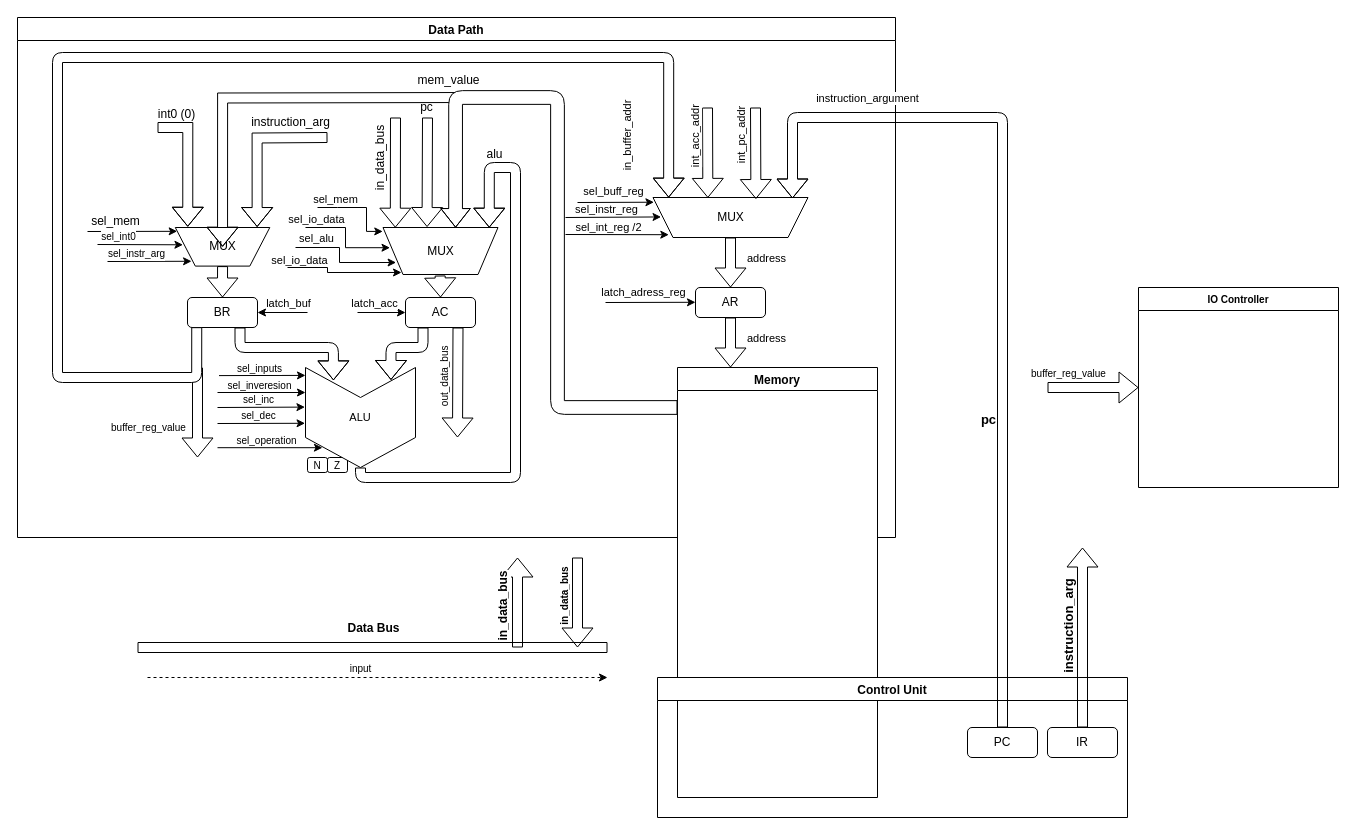
Before: images/DataPath.drawio in artemiyjjj/ASM_translator_and_VM, a draw.io diagram. Source tidied: cells renumbered, new cells numbered last; positions are measured from the earlier drawing's top-left corner, leaving out a move shared by most shapes. Both pictures are drawn from the tidied source at 100%, with x=0, y=0 at pixel (17, 17).
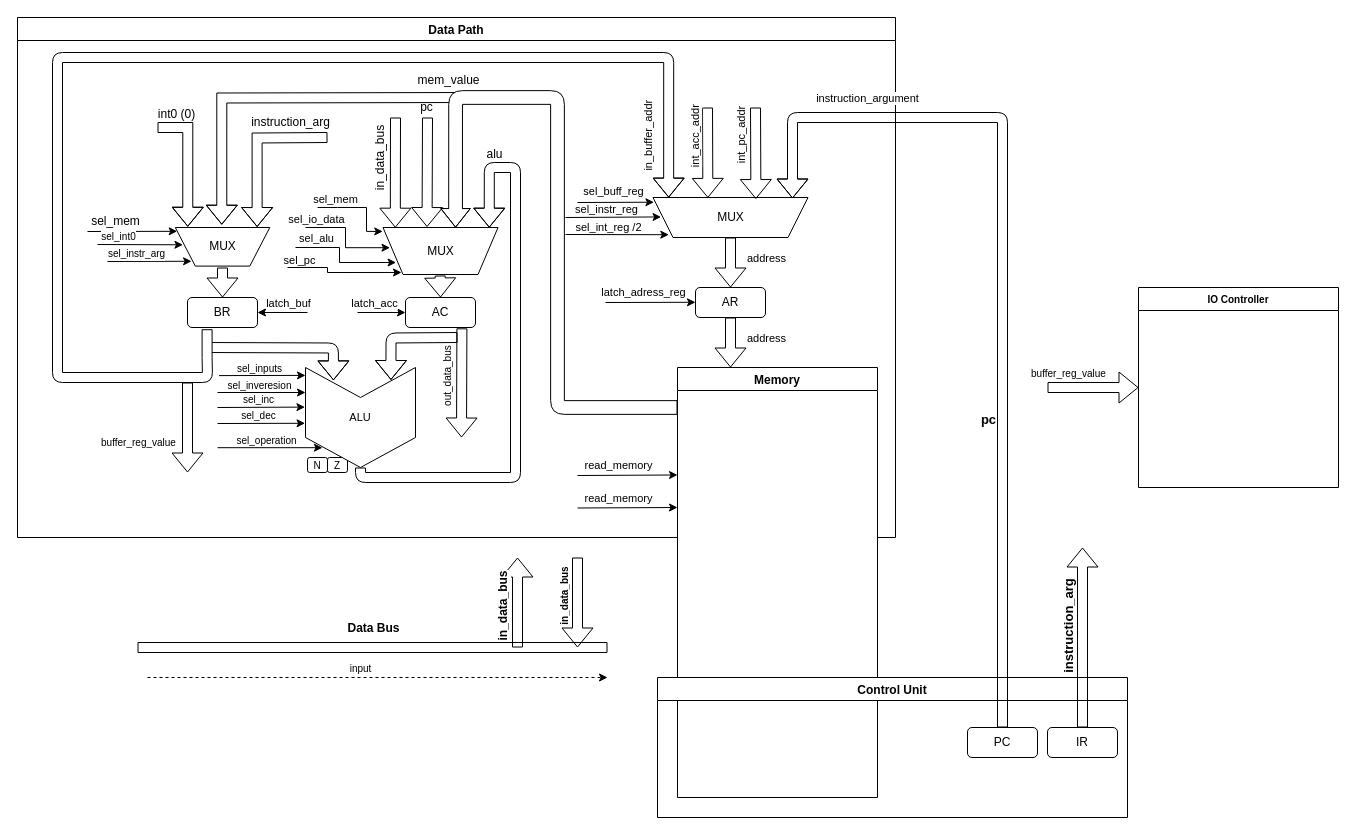
Above is the later version.

Unchanged cells that the change refers to:
```xml
<mxCell id="2" value="Data Path" style="swimlane;" parent="1" vertex="1">
  <mxGeometry width="878" height="520" as="geometry" />
</mxCell>
<mxCell id="3" value="Memory" style="swimlane;fillColor=default;glass=0;swimlaneLine=1;swimlaneFillColor=default;" parent="2" vertex="1">
  <mxGeometry x="660" y="350" width="200" height="430" as="geometry" />
</mxCell>
<mxCell id="29" value="BR" style="rounded=1;whiteSpace=wrap;html=1;" parent="1" vertex="1">
  <mxGeometry x="170" y="280" width="70" height="30" as="geometry" />
</mxCell>
<mxCell id="30" value="AC" style="rounded=1;whiteSpace=wrap;html=1;" parent="1" vertex="1">
  <mxGeometry x="388" y="280" width="70" height="30" as="geometry" />
</mxCell>
<mxCell id="32" value="MUX" style="shape=trapezoid;perimeter=trapezoidPerimeter;whiteSpace=wrap;html=1;fixedSize=1;direction=west;" parent="1" vertex="1">
  <mxGeometry x="635.5" y="180" width="155" height="40" as="geometry" />
</mxCell>
<mxCell id="42" value="ALU" style="shape=step;perimeter=stepPerimeter;whiteSpace=wrap;html=1;fixedSize=1;fontSize=11;direction=south;size=30;" parent="1" vertex="1">
  <mxGeometry x="288" y="350" width="110" height="100" as="geometry" />
</mxCell>
<mxCell id="57" style="endArrow=classic;html=1;fontSize=13;entryX=0.839;entryY=0.043;entryDx=0;entryDy=0;entryPerimeter=0;edgeStyle=orthogonalEdgeStyle;rounded=0;" parent="1" edge="1" target="47">
  <mxGeometry relative="1" as="geometry">
    <mxPoint x="270" y="250" as="sourcePoint" />
    <Array as="points">
      <mxPoint x="270" y="250" />
      <mxPoint x="310" y="250" />
      <mxPoint x="310" y="255" />
    </Array>
  </mxGeometry>
</mxCell>
<mxCell id="59" value="MUX" style="shape=trapezoid;perimeter=trapezoidPerimeter;whiteSpace=wrap;html=1;fixedSize=1;direction=west;" parent="1" vertex="1">
  <mxGeometry x="157.8" y="210" width="94.5" height="38.6" as="geometry" />
</mxCell>
```

The edit, as a diff of the source:
```diff
@@
     <mxCell id="14" style="shape=flexArrow;endArrow=classic;html=1;rounded=0;shadow=0;fontSize=10;fillColor=none;" parent="2" edge="1">
       <mxGeometry relative="1" as="geometry">
-        <mxPoint x="180" y="350" as="sourcePoint" />
-        <mxPoint x="180" y="440" as="targetPoint" />
+        <mxPoint x="170" y="365" as="sourcePoint" />
+        <mxPoint x="170" y="455" as="targetPoint" />
       </mxGeometry>
     </mxCell>
@@
+    <mxCell id="99" style="endArrow=classic;html=1;entryX=0;entryY=0.25;entryDx=0;entryDy=0;" parent="2" edge="1">
+      <mxGeometry relative="1" as="geometry">
+        <mxPoint x="560" y="490.5" as="sourcePoint" />
+        <mxPoint x="660" y="490" as="targetPoint" />
+      </mxGeometry>
+    </mxCell>
+    <mxCell id="100" value="read_memory" style="edgeLabel;html=1;align=center;verticalAlign=middle;" parent="99" vertex="1">
+      <mxGeometry x="-0.37" relative="1" as="geometry">
+        <mxPoint x="9" y="-10" as="offset" />
+      </mxGeometry>
+    </mxCell>
@@
-    <mxCell id="43" style="shape=flexArrow;endArrow=classic;html=1;fontSize=11;exitX=0.75;exitY=1;exitDx=0;exitDy=0;entryX=0.129;entryY=0.746;entryDx=0;entryDy=0;entryPerimeter=0;edgeStyle=orthogonalEdgeStyle;" parent="1" edge="1" source="29" target="42">
-      <mxGeometry relative="1" as="geometry" />
+    <mxCell id="43" style="shape=flexArrow;endArrow=classic;html=1;fontSize=11;entryX=0.129;entryY=0.746;entryDx=0;entryDy=0;entryPerimeter=0;edgeStyle=orthogonalEdgeStyle;" parent="1" edge="1" target="42">
+      <mxGeometry relative="1" as="geometry">
+        <mxPoint x="190" y="330" as="sourcePoint" />
+      </mxGeometry>
     </mxCell>
-    <mxCell id="44" style="shape=flexArrow;endArrow=classic;html=1;fontSize=11;exitX=0.25;exitY=1;exitDx=0;exitDy=0;entryX=0.125;entryY=0.223;entryDx=0;entryDy=0;entryPerimeter=0;edgeStyle=orthogonalEdgeStyle;" parent="1" edge="1" source="30" target="42">
-      <mxGeometry relative="1" as="geometry" />
+    <mxCell id="44" style="shape=flexArrow;endArrow=classic;html=1;fontSize=11;entryX=0.125;entryY=0.223;entryDx=0;entryDy=0;entryPerimeter=0;edgeStyle=orthogonalEdgeStyle;" parent="1" edge="1" target="42">
+      <mxGeometry relative="1" as="geometry">
+        <mxPoint x="440" y="320" as="sourcePoint" />
+      </mxGeometry>
     </mxCell>
@@
-    <mxCell id="58" value="&lt;font style=&quot;font-size: 11px;&quot;&gt;sel_io_data&lt;/font&gt;" style="edgeLabel;html=1;align=center;verticalAlign=middle;fontSize=13;" parent="57" vertex="1">
+    <mxCell id="58" value="&lt;font style=&quot;font-size: 11px;&quot;&gt;sel_pc&lt;/font&gt;" style="edgeLabel;html=1;align=center;verticalAlign=middle;fontSize=13;" parent="57" vertex="1">
       <mxGeometry x="-0.52" y="-1" relative="1" as="geometry">
         <mxPoint x="-18" y="-10" as="offset" />
       </mxGeometry>
     </mxCell>
@@
-    <mxCell id="60" style="shape=flexArrow;endArrow=classic;html=1;rounded=0;fontSize=11;exitX=0.5;exitY=0;exitDx=0;exitDy=0;entryX=0.5;entryY=0;entryDx=0;entryDy=0;" parent="1" edge="1" source="59" target="29">
-      <mxGeometry relative="1" as="geometry" />
+    <mxCell id="60" style="shape=flexArrow;endArrow=classic;html=1;rounded=0;fontSize=11;entryX=0.5;entryY=0;entryDx=0;entryDy=0;" parent="1" edge="1" target="29">
+      <mxGeometry relative="1" as="geometry">
+        <mxPoint x="205" y="250" as="sourcePoint" />
+      </mxGeometry>
     </mxCell>
@@
-    <mxCell id="77" style="shape=flexArrow;endArrow=classic;html=1;rounded=0;fontSize=12;edgeStyle=orthogonalEdgeStyle;entryX=0.5;entryY=1;entryDx=0;entryDy=0;" parent="1" edge="1" target="59">
+    <mxCell id="77" style="shape=flexArrow;endArrow=classic;html=1;rounded=0;fontSize=12;edgeStyle=orthogonalEdgeStyle;entryX=0.508;entryY=1.072;entryDx=0;entryDy=0;entryPerimeter=0;" parent="1" edge="1" target="59">
       <mxGeometry relative="1" as="geometry">
         <mxPoint x="450" y="80" as="sourcePoint" />
       </mxGeometry>
     </mxCell>
@@
-    <mxCell id="91" style="shape=flexArrow;endArrow=classic;html=1;entryX=0.899;entryY=0.997;entryDx=0;entryDy=0;entryPerimeter=0;edgeStyle=orthogonalEdgeStyle;exitX=0.132;exitY=0.989;exitDx=0;exitDy=0;exitPerimeter=0;fillColor=default;" parent="1" edge="1" source="29" target="32">
+    <mxCell id="91" style="shape=flexArrow;endArrow=classic;html=1;entryX=0.899;entryY=0.997;entryDx=0;entryDy=0;entryPerimeter=0;edgeStyle=orthogonalEdgeStyle;fillColor=default;exitX=0.28;exitY=1.057;exitDx=0;exitDy=0;exitPerimeter=0;" parent="1" edge="1" source="29" target="32">
       <mxGeometry relative="1" as="geometry">
         <Array as="points">
-          <mxPoint x="179" y="360" />
+          <mxPoint x="190" y="340" />
+          <mxPoint x="190" y="340" />
+          <mxPoint x="190" y="360" />
           <mxPoint x="40" y="360" />
           <mxPoint x="40" y="40" />
           <mxPoint x="651" y="40" />
         </Array>
       </mxGeometry>
     </mxCell>
     <mxCell id="92" value="in_buffer_addr" style="edgeLabel;html=1;align=center;verticalAlign=middle;fontSize=11;rotation=270;" parent="91" vertex="1">
       <mxGeometry x="0.7" y="-1" relative="1" as="geometry">
-        <mxPoint x="7" y="78" as="offset" />
+        <mxPoint x="29" y="78" as="offset" />
       </mxGeometry>
     </mxCell>
@@
-    <mxCell id="95" style="shape=flexArrow;endArrow=classic;html=1;rounded=0;shadow=0;sketch=0;fontSize=10;fillColor=none;exitX=0.75;exitY=1;exitDx=0;exitDy=0;" parent="1" edge="1" source="30">
+    <mxCell id="95" style="shape=flexArrow;endArrow=classic;html=1;rounded=0;shadow=0;sketch=0;fontSize=10;fillColor=none;exitX=0.806;exitY=1.027;exitDx=0;exitDy=0;exitPerimeter=0;" parent="1" edge="1" source="30">
       <mxGeometry relative="1" as="geometry">
-        <mxPoint x="440" y="420" as="targetPoint" />
+        <mxPoint x="444" y="420" as="targetPoint" />
       </mxGeometry>
     </mxCell>
@@
+    <mxCell id="101" style="endArrow=classic;html=1;entryX=0;entryY=0.25;entryDx=0;entryDy=0;" parent="1" edge="1" target="3">
+      <mxGeometry relative="1" as="geometry">
+        <mxPoint x="560" y="458" as="sourcePoint" />
+      </mxGeometry>
+    </mxCell>
+    <mxCell id="102" value="read_memory" style="edgeLabel;html=1;align=center;verticalAlign=middle;" parent="101" vertex="1">
+      <mxGeometry x="-0.37" relative="1" as="geometry">
+        <mxPoint x="9" y="-10" as="offset" />
+      </mxGeometry>
+    </mxCell>
```
